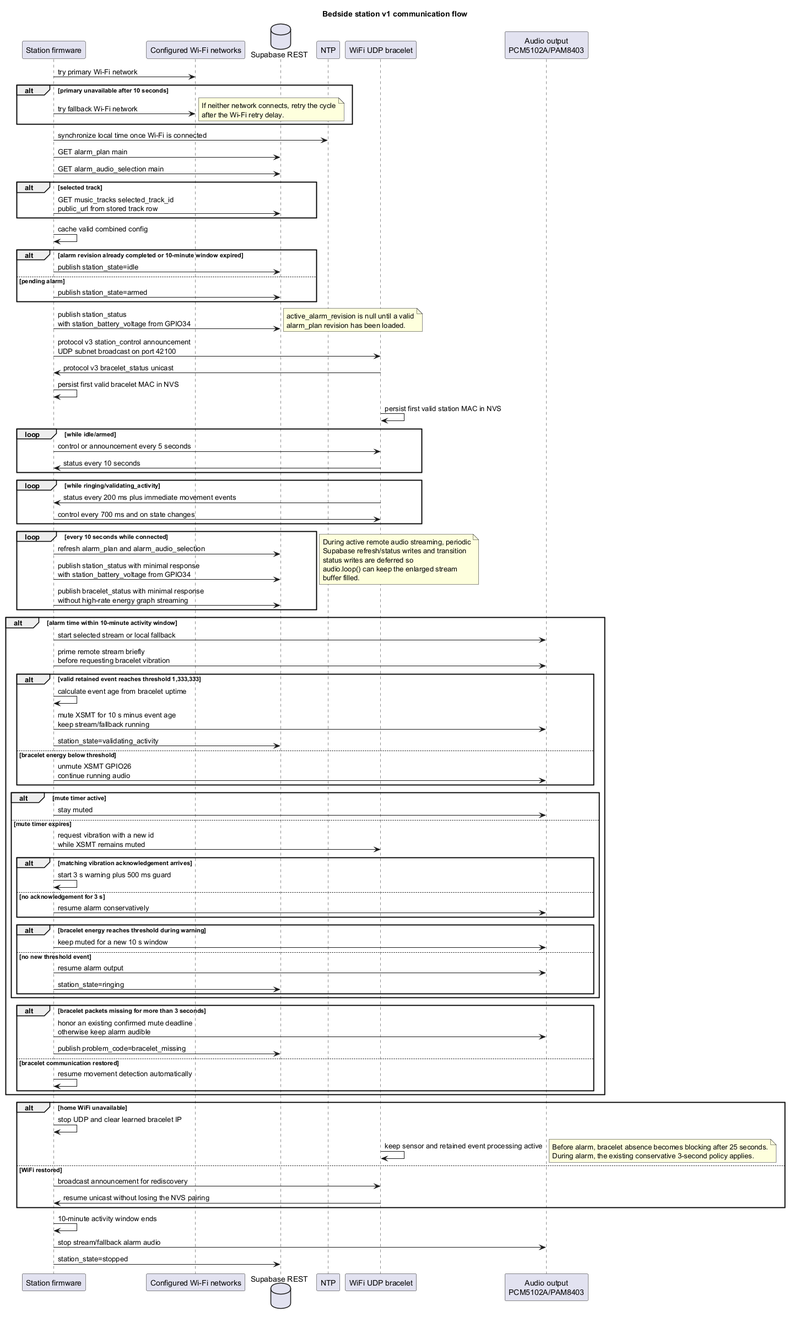
The PlantUML diagram code/boite hp/UML/communication_flow.png in Jzn-wbr/Starter, before a commit.
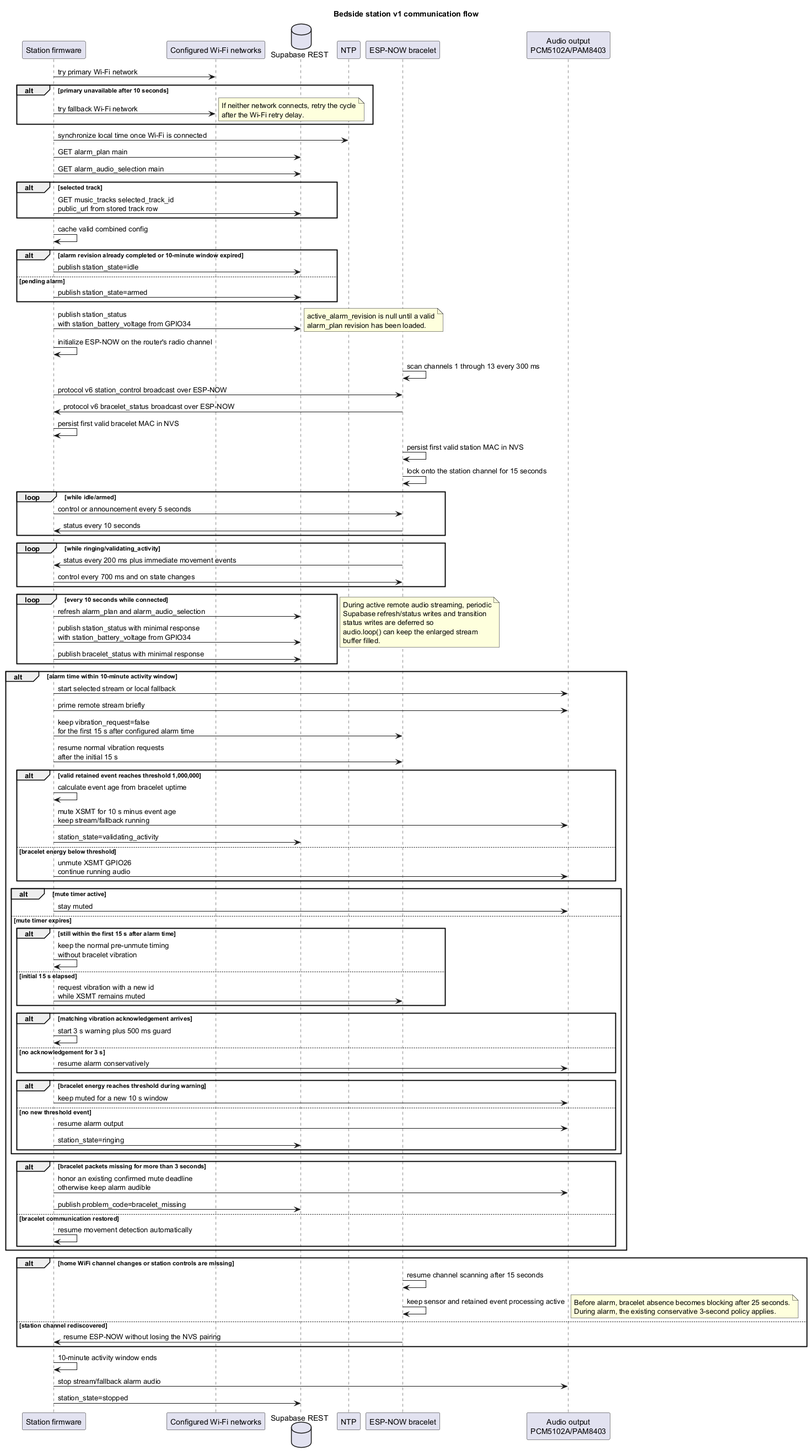
The same file after the commit.

What changed in the source:
```diff
@@ -5,7 +5,7 @@
 participant "Configured Wi-Fi networks" as Wifi
 database "Supabase REST" as Supabase
 participant "NTP" as Ntp
-participant "WiFi UDP bracelet" as Bracelet
+participant "ESP-NOW bracelet" as Bracelet
 participant "Audio output\nPCM5102A/PAM8403" as Audio
 
 Station -> Wifi : try primary Wi-Fi network
@@ -34,10 +34,13 @@
   alarm_plan revision has been loaded.
 end note
 
-Station -> Bracelet : protocol v3 station_control announcement\nUDP subnet broadcast on port 42100
-Bracelet -> Station : protocol v3 bracelet_status unicast
+Station -> Station : initialize ESP-NOW on the router's radio channel
+Bracelet -> Bracelet : scan channels 1 through 13 every 300 ms
+Station -> Bracelet : protocol v6 station_control broadcast over ESP-NOW
+Bracelet -> Station : protocol v6 bracelet_status broadcast over ESP-NOW
 Station -> Station : persist first valid bracelet MAC in NVS
 Bracelet -> Bracelet : persist first valid station MAC in NVS
+Bracelet -> Bracelet : lock onto the station channel for 15 seconds
 
 loop while idle/armed
   Station -> Bracelet : control or announcement every 5 seconds
@@ -52,7 +55,7 @@
 loop every 10 seconds while connected
   Station -> Supabase : refresh alarm_plan and alarm_audio_selection
   Station -> Supabase : publish station_status with minimal response\nwith station_battery_voltage from GPIO34
-  Station -> Supabase : publish bracelet_status with minimal response\nwithout high-rate energy graph streaming
+  Station -> Supabase : publish bracelet_status with minimal response
 end
 note right
   During active remote audio streaming, periodic
@@ -64,8 +67,10 @@
 
 alt alarm time within 10-minute activity window
   Station -> Audio : start selected stream or local fallback
-  Station -> Audio : prime remote stream briefly\nbefore requesting bracelet vibration
-  alt valid retained event reaches threshold 1,333,333
+  Station -> Audio : prime remote stream briefly
+  Station -> Bracelet : keep vibration_request=false\nfor the first 15 s after configured alarm time
+  Station -> Bracelet : resume normal vibration requests\nafter the initial 15 s
+  alt valid retained event reaches threshold 1,000,000
     Station -> Station : calculate event age from bracelet uptime
     Station -> Audio : mute XSMT for 10 s minus event age\nkeep stream/fallback running
     Station -> Supabase : station_state=validating_activity
@@ -75,7 +80,11 @@
   alt mute timer active
     Station -> Audio : stay muted
   else mute timer expires
-    Station -> Bracelet : request vibration with a new id\nwhile XSMT remains muted
+    alt still within the first 15 s after alarm time
+      Station -> Station : keep the normal pre-unmute timing\nwithout bracelet vibration
+    else initial 15 s elapsed
+      Station -> Bracelet : request vibration with a new id\nwhile XSMT remains muted
+    end
     alt matching vibration acknowledgement arrives
       Station -> Station : start 3 s warning plus 500 ms guard
     else no acknowledgement for 3 s
@@ -96,16 +105,15 @@
   end
 end
 
-alt home WiFi unavailable
-  Station -> Station : stop UDP and clear learned bracelet IP
+alt home WiFi channel changes or station controls are missing
+  Bracelet -> Bracelet : resume channel scanning after 15 seconds
   Bracelet -> Bracelet : keep sensor and retained event processing active
   note right
     Before alarm, bracelet absence becomes blocking after 25 seconds.
     During alarm, the existing conservative 3-second policy applies.
   end note
-else WiFi restored
-  Station -> Bracelet : broadcast announcement for rediscovery
-  Bracelet -> Station : resume unicast without losing the NVS pairing
+else station channel rediscovered
+  Bracelet -> Station : resume ESP-NOW without losing the NVS pairing
 end
 
 Station -> Station : 10-minute activity window ends
```
